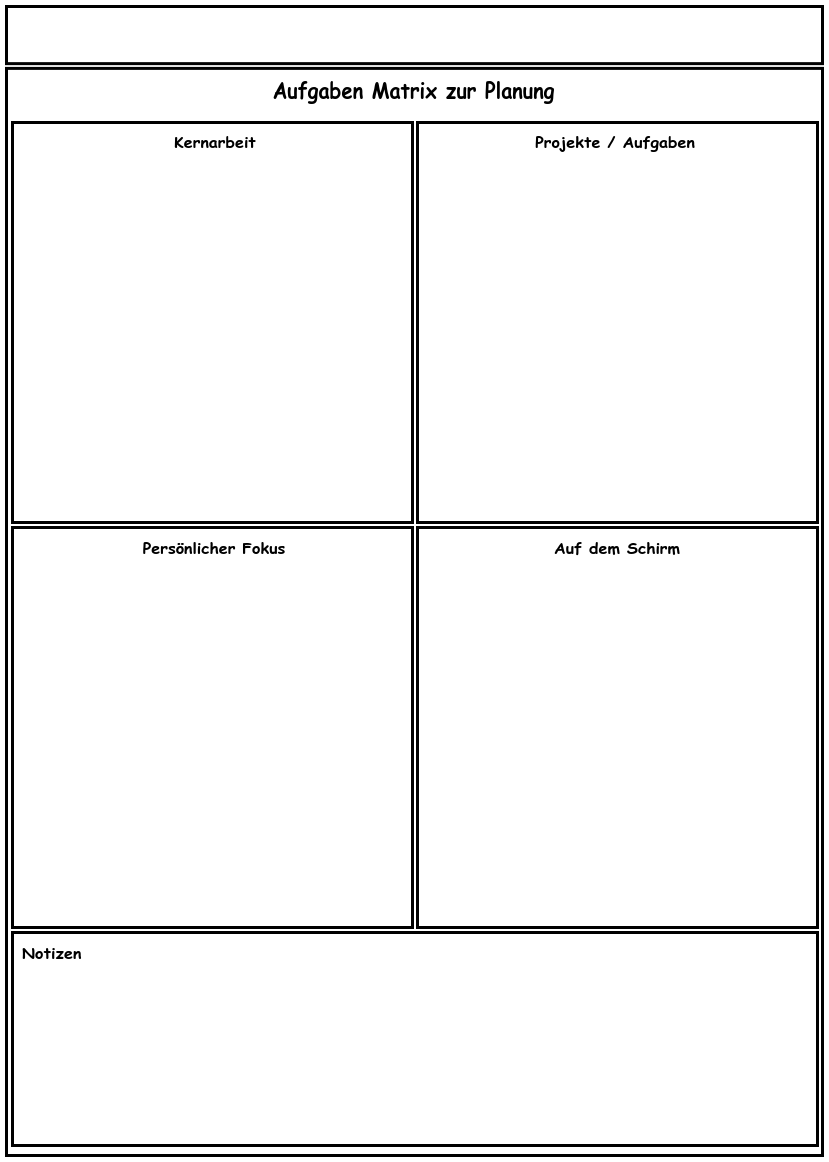
Earlier version of the draw.io export src/res/RMPP-Planner-Task-Matrix.png (raibru/note-planner). Source tidied: cells renumbered, new cells last; positions are measured from the earlier drawing's top-left corner, leaving out a move shared by most shapes. The source it was exported from:
```xml
<mxGraphModel background="#FFFFFF">
  <root>
    <mxCell id="0" />
    <mxCell id="1" parent="0" />
    <mxCell id="2" style="group;" parent="1" vertex="1">
      <mxGeometry x="399" width="417" height="1149" as="geometry" />
    </mxCell>
    <mxCell id="3" style="rounded=0;whiteSpace=wrap;html=1;strokeWidth=3;" parent="2" vertex="1">
      <mxGeometry x="-399" y="61.9" width="816" height="1087.1" as="geometry" />
    </mxCell>
    <mxCell id="4" style="rounded=0;whiteSpace=wrap;html=1;strokeWidth=3;" parent="2" vertex="1">
      <mxGeometry x="-399" width="816" height="57.1" as="geometry" />
    </mxCell>
    <mxCell id="5" style="group;" parent="2" vertex="1">
      <mxGeometry x="196.4" y="4.8" width="24.1" height="19" as="geometry" />
    </mxCell>
    <mxCell id="6" style="group;" parent="5" vertex="1">
      <mxGeometry width="24.1" height="19" as="geometry" />
    </mxCell>
    <mxCell id="7" value="&lt;font style=&quot;font-size: 20px;&quot; face=&quot;Comic Sans MS&quot;&gt;&lt;b style=&quot;&quot;&gt;Aufgaben Matrix zur Planung&lt;/b&gt;&lt;/font&gt;" style="text;html=1;align=center;verticalAlign=middle;whiteSpace=wrap;rounded=0;" parent="2" vertex="1">
      <mxGeometry x="-389" y="68" width="795" height="30" as="geometry" />
    </mxCell>
    <mxCell id="8" style="whiteSpace=wrap;html=1;strokeWidth=3;" parent="2" vertex="1">
      <mxGeometry x="-393" y="116" width="400" height="400" as="geometry" />
    </mxCell>
    <mxCell id="9" style="whiteSpace=wrap;html=1;strokeWidth=3;" parent="2" vertex="1">
      <mxGeometry x="12" y="116" width="400" height="400" as="geometry" />
    </mxCell>
    <mxCell id="10" style="whiteSpace=wrap;html=1;strokeWidth=3;" parent="2" vertex="1">
      <mxGeometry x="12" y="521" width="400" height="400" as="geometry" />
    </mxCell>
    <mxCell id="11" value="&lt;font style=&quot;font-size: 16px;&quot; face=&quot;Comic Sans MS&quot;&gt;&lt;b&gt;Kernarbeit&lt;/b&gt;&lt;/font&gt;" style="text;html=1;align=center;verticalAlign=middle;whiteSpace=wrap;rounded=0;" parent="2" vertex="1">
      <mxGeometry x="-390" y="120" width="400" height="30" as="geometry" />
    </mxCell>
    <mxCell id="12" value="&lt;font style=&quot;font-size: 16px;&quot; face=&quot;Comic Sans MS&quot;&gt;&lt;b&gt;Projekte / Aufgaben&lt;/b&gt;&lt;/font&gt;" style="text;html=1;align=center;verticalAlign=middle;whiteSpace=wrap;rounded=0;" parent="2" vertex="1">
      <mxGeometry x="10" y="120" width="400" height="30" as="geometry" />
    </mxCell>
    <mxCell id="13" value="&lt;font style=&quot;font-size: 16px;&quot; face=&quot;Comic Sans MS&quot;&gt;&lt;b&gt;Auf dem Schirm&lt;/b&gt;&lt;/font&gt;" style="text;html=1;align=center;verticalAlign=middle;whiteSpace=wrap;rounded=0;" parent="2" vertex="1">
      <mxGeometry x="12" y="526" width="400" height="30" as="geometry" />
    </mxCell>
    <mxCell id="14" style="whiteSpace=wrap;html=1;strokeWidth=3;" parent="2" vertex="1">
      <mxGeometry x="-393" y="521" width="400" height="400" as="geometry" />
    </mxCell>
    <mxCell id="15" value="&lt;font style=&quot;font-size: 16px;&quot; face=&quot;Comic Sans MS&quot;&gt;&lt;b&gt;Persönlicher Fokus&lt;/b&gt;&lt;/font&gt;" style="text;html=1;align=center;verticalAlign=middle;whiteSpace=wrap;rounded=0;" parent="2" vertex="1">
      <mxGeometry x="-391" y="526" width="400" height="30" as="geometry" />
    </mxCell>
    <mxCell id="16" style="rounded=0;whiteSpace=wrap;html=1;strokeWidth=3;" parent="2" vertex="1">
      <mxGeometry x="-393" y="926" width="805" height="213" as="geometry" />
    </mxCell>
    <mxCell id="17" value="&lt;font style=&quot;font-size: 16px;&quot; face=&quot;Comic Sans MS&quot;&gt;&lt;b&gt;Notizen&lt;/b&gt;&lt;/font&gt;" style="text;html=1;align=left;verticalAlign=middle;whiteSpace=wrap;rounded=0;" parent="1" vertex="1">
      <mxGeometry x="14" y="931" width="784" height="30" as="geometry" />
    </mxCell>
  </root>
</mxGraphModel>
```
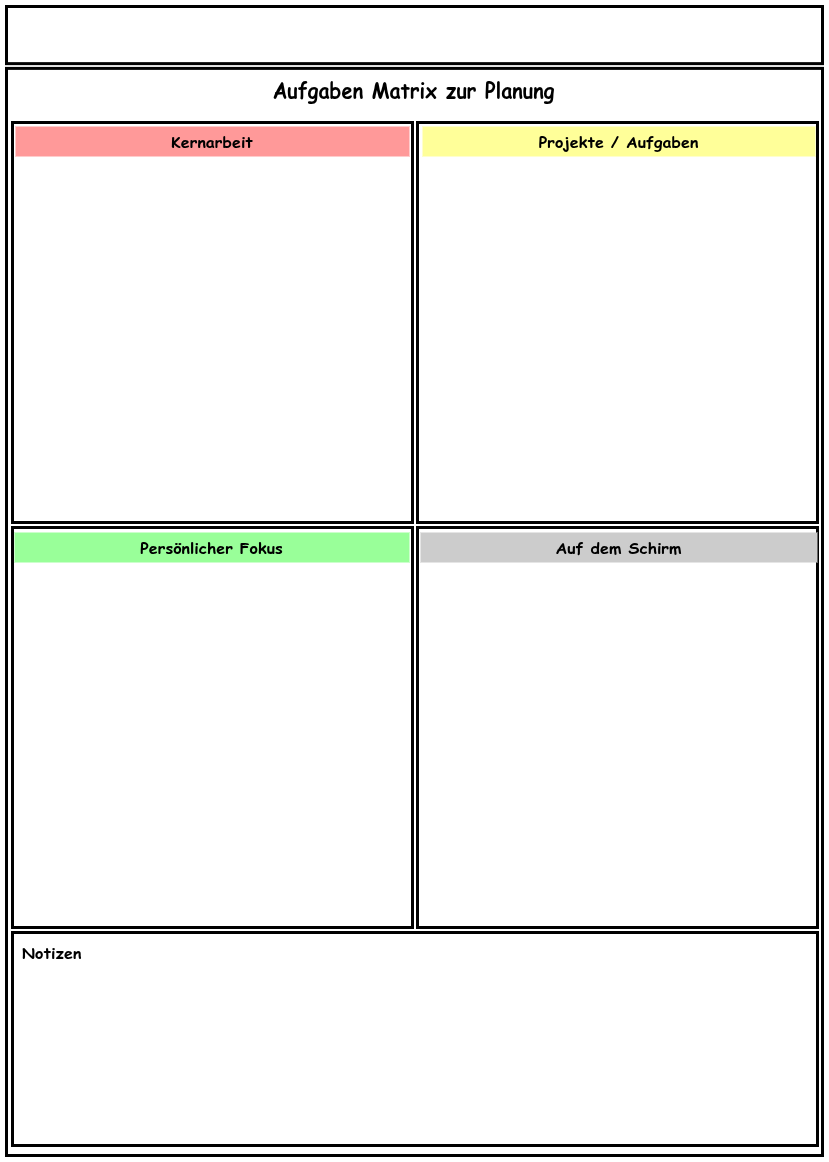
Later version of the same file.

Commit message:
(FEAT): modify planner and calendar used with rmpp

Change to the diagram source:
```diff
@@ -2,7 +2,7 @@
   <root>
     <mxCell id="0" />
     <mxCell id="1" parent="0" />
-    <mxCell id="2" style="group;" parent="1" vertex="1">
+    <mxCell id="2" style="group;fillColor=default;fillStyle=solid;" parent="1" vertex="1">
       <mxGeometry x="399" width="417" height="1149" as="geometry" />
     </mxCell>
     <mxCell id="3" style="rounded=0;whiteSpace=wrap;html=1;strokeWidth=3;" parent="2" vertex="1">
@@ -29,20 +29,20 @@
     <mxCell id="10" style="whiteSpace=wrap;html=1;strokeWidth=3;" parent="2" vertex="1">
       <mxGeometry x="12" y="521" width="400" height="400" as="geometry" />
     </mxCell>
-    <mxCell id="11" value="&lt;font style=&quot;font-size: 16px;&quot; face=&quot;Comic Sans MS&quot;&gt;&lt;b&gt;Kernarbeit&lt;/b&gt;&lt;/font&gt;" style="text;html=1;align=center;verticalAlign=middle;whiteSpace=wrap;rounded=0;" parent="2" vertex="1">
-      <mxGeometry x="-390" y="120" width="400" height="30" as="geometry" />
+    <mxCell id="11" value="&lt;font style=&quot;font-size: 16px;&quot; face=&quot;Comic Sans MS&quot;&gt;&lt;b&gt;Kernarbeit&lt;/b&gt;&lt;/font&gt;" style="text;html=1;align=center;verticalAlign=middle;whiteSpace=wrap;rounded=0;fillColor=#FF9999;fillStyle=solid;" parent="2" vertex="1">
+      <mxGeometry x="-390" y="120" width="394" height="30" as="geometry" />
     </mxCell>
-    <mxCell id="12" value="&lt;font style=&quot;font-size: 16px;&quot; face=&quot;Comic Sans MS&quot;&gt;&lt;b&gt;Projekte / Aufgaben&lt;/b&gt;&lt;/font&gt;" style="text;html=1;align=center;verticalAlign=middle;whiteSpace=wrap;rounded=0;" parent="2" vertex="1">
-      <mxGeometry x="10" y="120" width="400" height="30" as="geometry" />
+    <mxCell id="12" value="&lt;font style=&quot;font-size: 16px;&quot; face=&quot;Comic Sans MS&quot;&gt;&lt;b&gt;Projekte / Aufgaben&lt;/b&gt;&lt;/font&gt;" style="text;html=1;align=center;verticalAlign=middle;whiteSpace=wrap;rounded=0;fillColor=#FFFF99;fillStyle=solid;" parent="2" vertex="1">
+      <mxGeometry x="17" y="120" width="393" height="30" as="geometry" />
     </mxCell>
-    <mxCell id="13" value="&lt;font style=&quot;font-size: 16px;&quot; face=&quot;Comic Sans MS&quot;&gt;&lt;b&gt;Auf dem Schirm&lt;/b&gt;&lt;/font&gt;" style="text;html=1;align=center;verticalAlign=middle;whiteSpace=wrap;rounded=0;" parent="2" vertex="1">
-      <mxGeometry x="12" y="526" width="400" height="30" as="geometry" />
+    <mxCell id="13" value="&lt;font style=&quot;font-size: 16px;&quot; face=&quot;Comic Sans MS&quot;&gt;&lt;b&gt;Auf dem Schirm&lt;/b&gt;&lt;/font&gt;" style="text;html=1;align=center;verticalAlign=middle;whiteSpace=wrap;rounded=0;fillColor=#CCCCCC;fillStyle=solid;" parent="2" vertex="1">
+      <mxGeometry x="15" y="526" width="397" height="30" as="geometry" />
     </mxCell>
     <mxCell id="14" style="whiteSpace=wrap;html=1;strokeWidth=3;" parent="2" vertex="1">
       <mxGeometry x="-393" y="521" width="400" height="400" as="geometry" />
     </mxCell>
-    <mxCell id="15" value="&lt;font style=&quot;font-size: 16px;&quot; face=&quot;Comic Sans MS&quot;&gt;&lt;b&gt;Persönlicher Fokus&lt;/b&gt;&lt;/font&gt;" style="text;html=1;align=center;verticalAlign=middle;whiteSpace=wrap;rounded=0;" parent="2" vertex="1">
-      <mxGeometry x="-391" y="526" width="400" height="30" as="geometry" />
+    <mxCell id="15" value="&lt;font style=&quot;font-size: 16px;&quot; face=&quot;Comic Sans MS&quot;&gt;&lt;b&gt;Persönlicher Fokus&lt;/b&gt;&lt;/font&gt;" style="text;html=1;align=center;verticalAlign=middle;whiteSpace=wrap;rounded=0;fillColor=#99FF99;fillStyle=solid;" parent="2" vertex="1">
+      <mxGeometry x="-391" y="526" width="395" height="30" as="geometry" />
     </mxCell>
     <mxCell id="16" style="rounded=0;whiteSpace=wrap;html=1;strokeWidth=3;" parent="2" vertex="1">
       <mxGeometry x="-393" y="926" width="805" height="213" as="geometry" />
```
